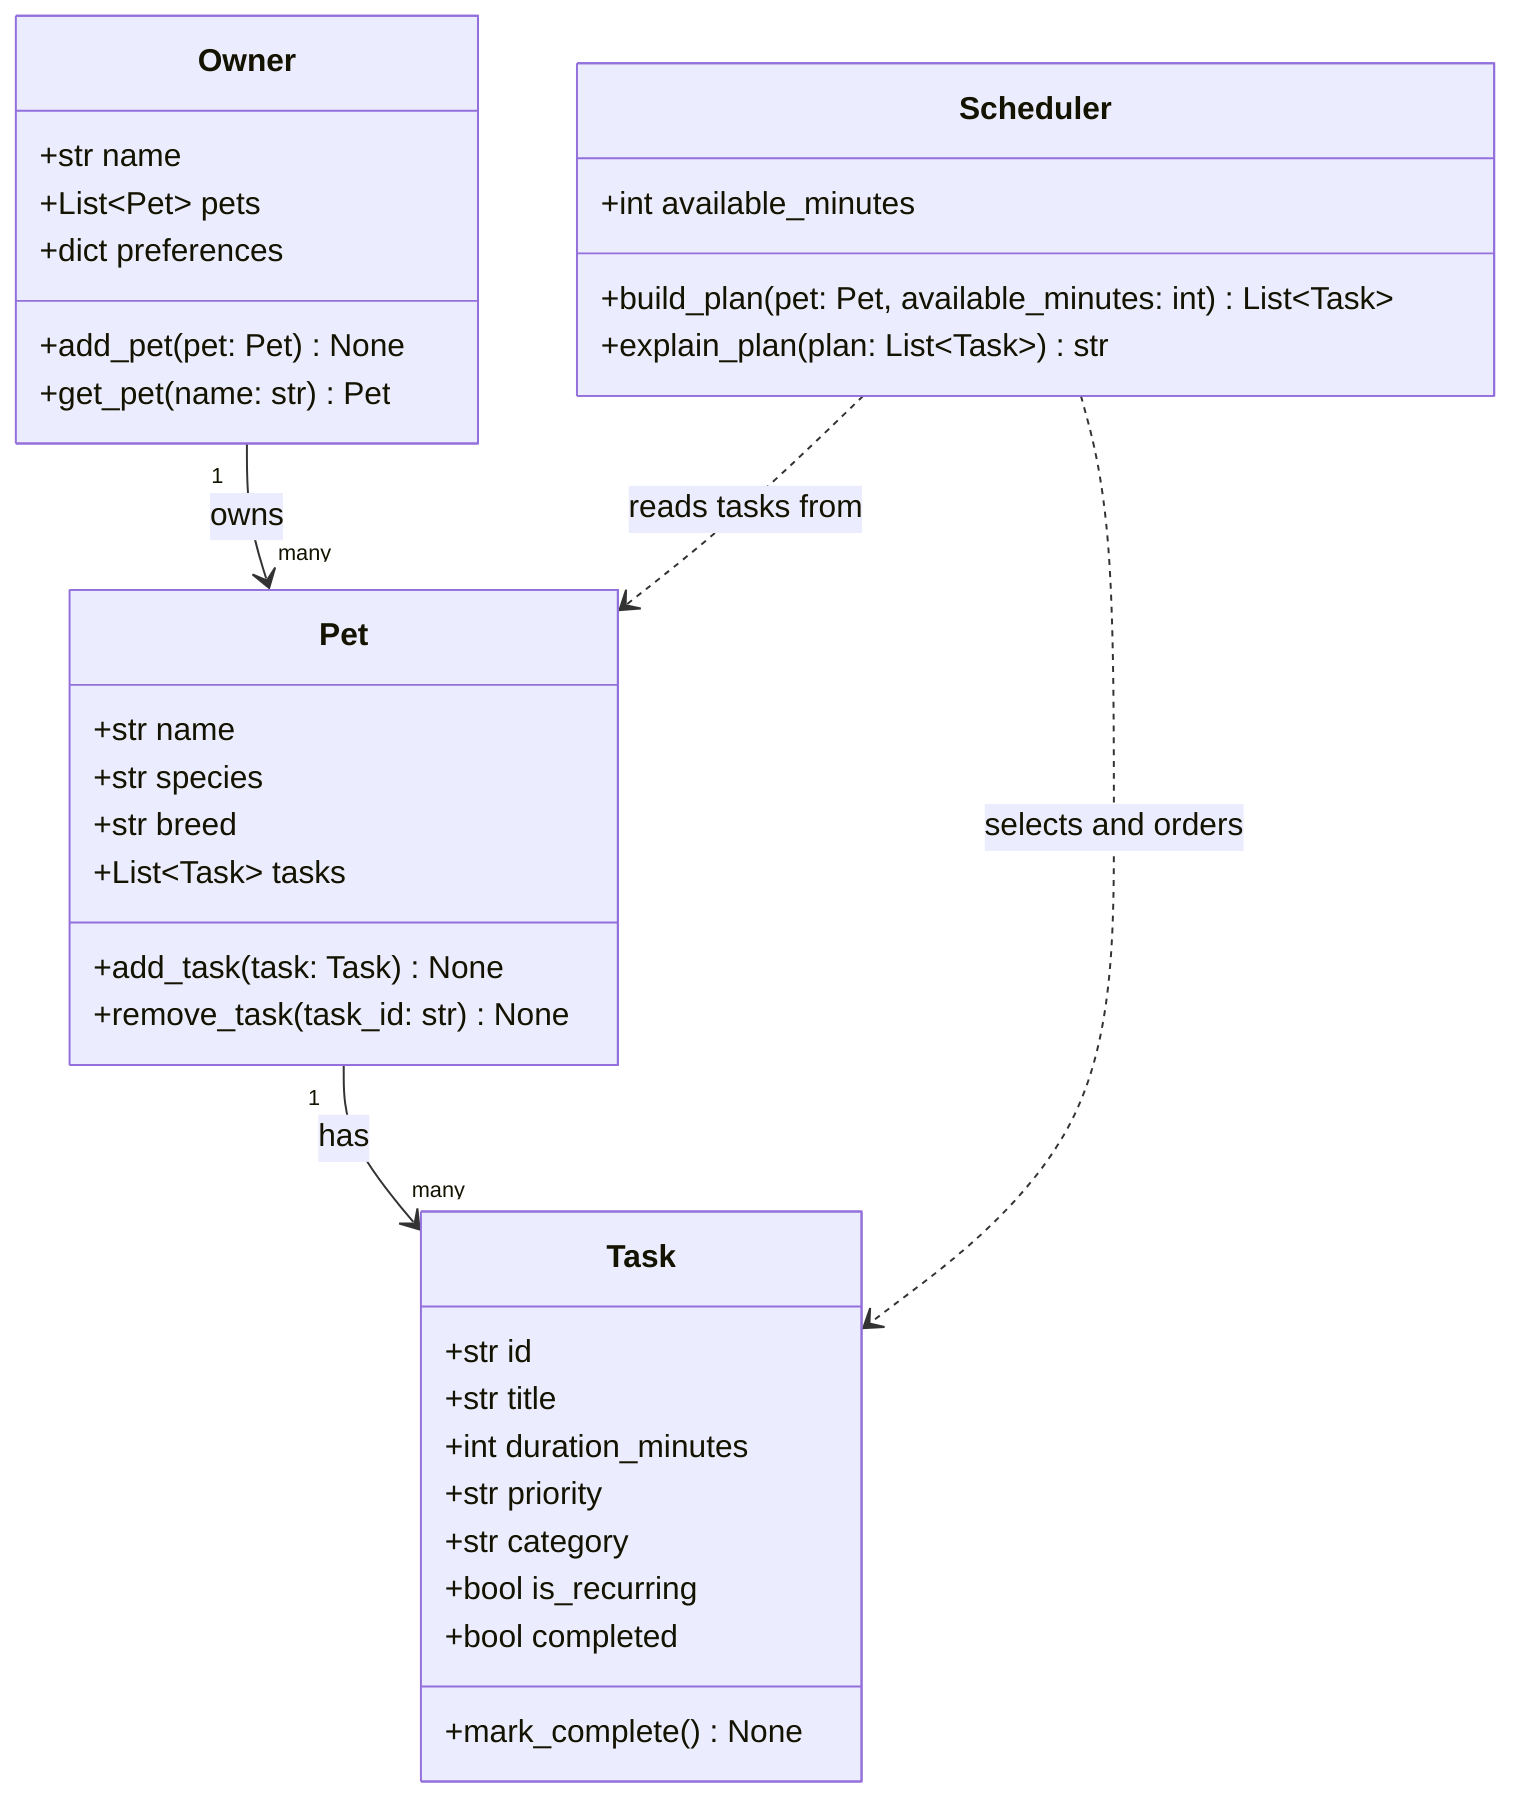
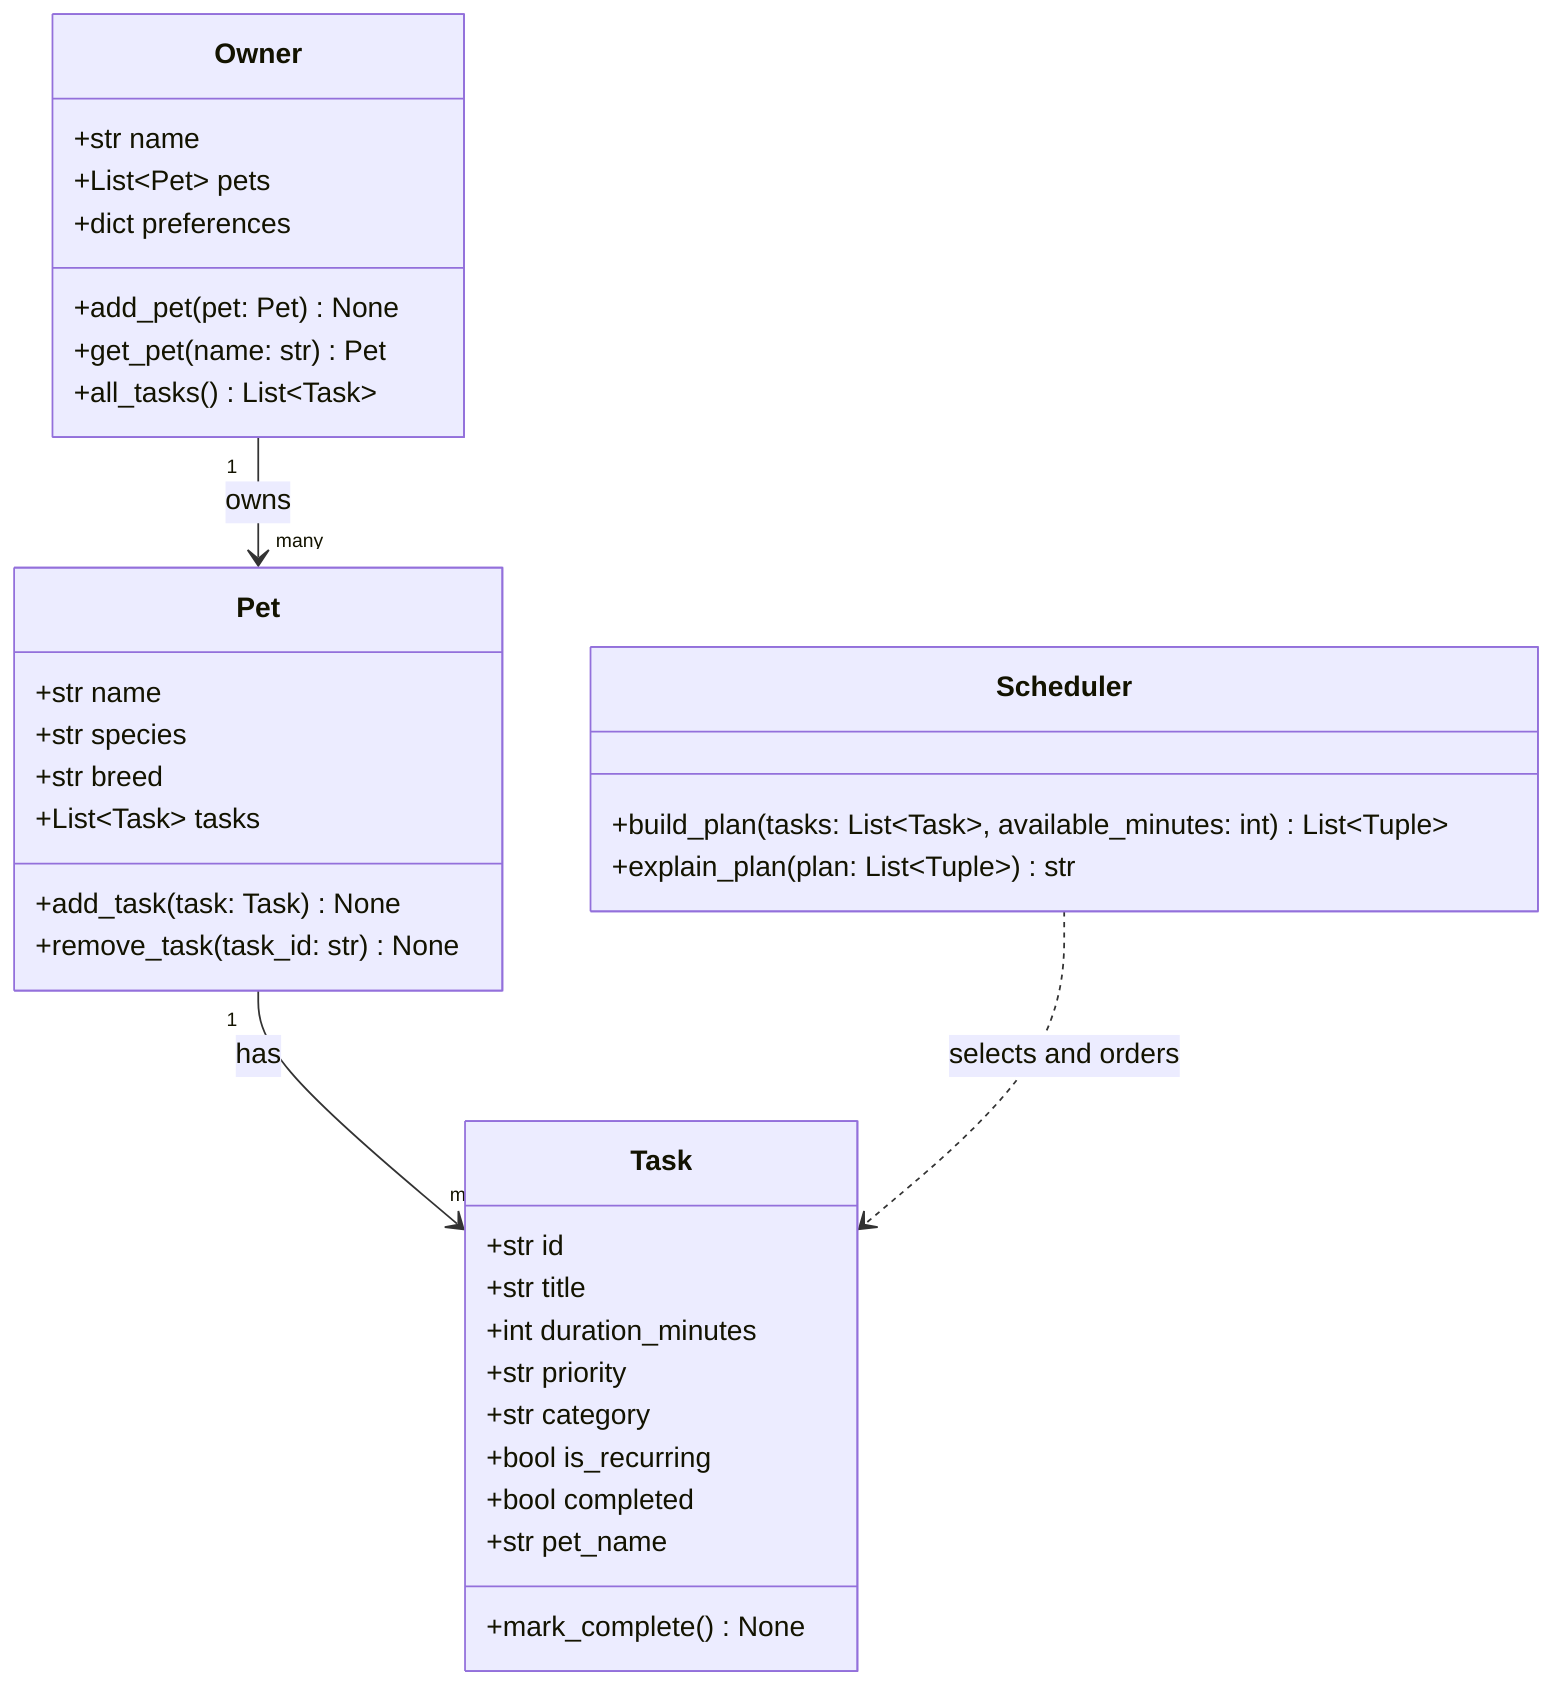
classDiagram
    class Owner {
        +str name
        +List~Pet~ pets
        +dict preferences
        +add_pet(pet: Pet) None
        +get_pet(name: str) Pet
+         +all_tasks() List~Task~
    }

    class Pet {
        +str name
        +str species
        +str breed
        +List~Task~ tasks
        +add_task(task: Task) None
        +remove_task(task_id: str) None
    }

    class Task {
        +str id
        +str title
        +int duration_minutes
        +str priority
        +str category
        +bool is_recurring
        +bool completed
+         +str pet_name
        +mark_complete() None
    }

    class Scheduler {
-         +int available_minutes
-         +build_plan(pet: Pet, available_minutes: int) List~Task~
-         +explain_plan(plan: List~Task~) str
+         +build_plan(tasks: List~Task~, available_minutes: int) List~Tuple~
+         +explain_plan(plan: List~Tuple~) str
    }

    Owner "1" --> "many" Pet : owns
    Pet "1" --> "many" Task : has
-     Scheduler ..> Pet : reads tasks from
    Scheduler ..> Task : selects and orders
